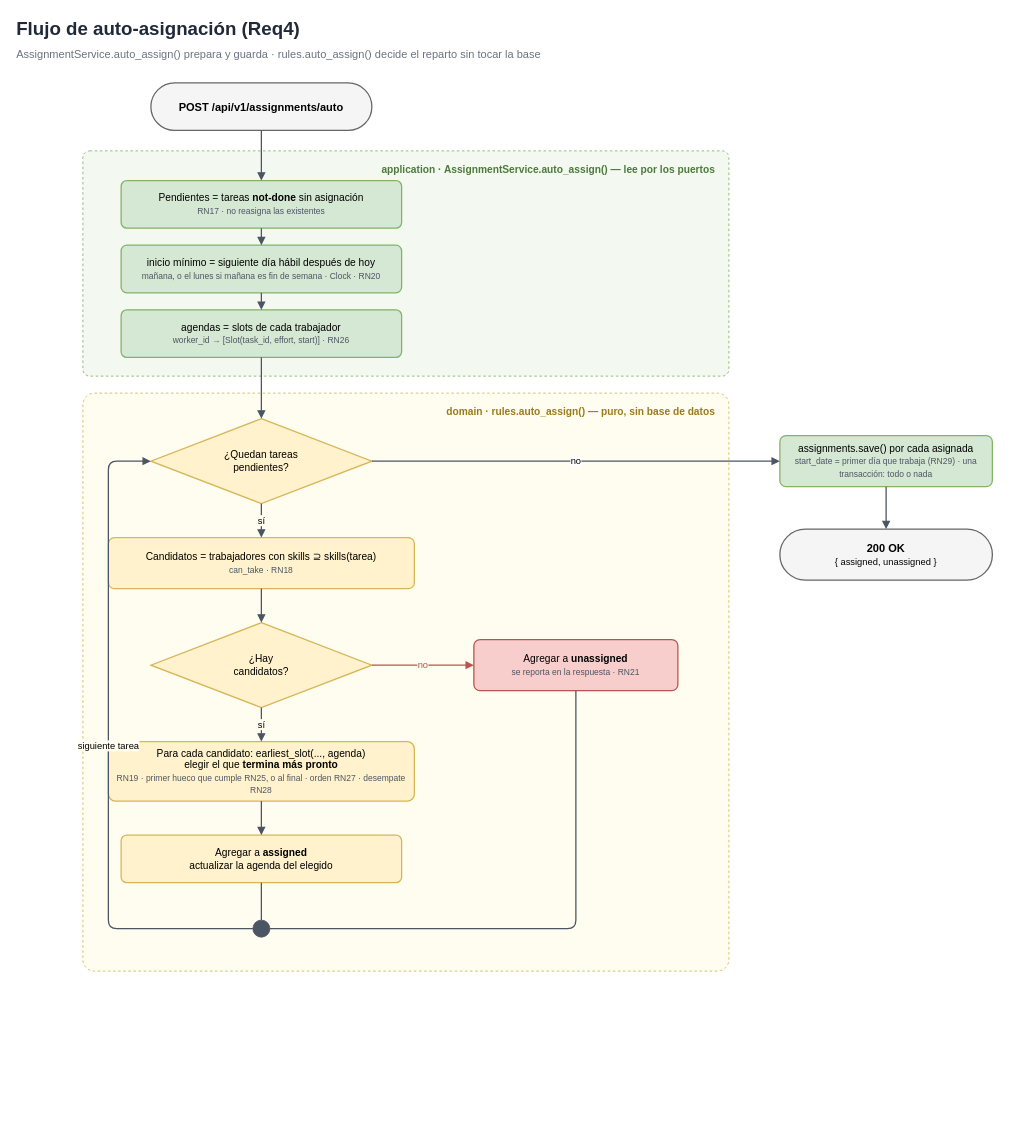
Before: images/diagramas/05-auto-asignacion.drawio in hisandan/TaskWorkers, a draw.io diagram. Source tidied: cells renumbered, new cells numbered last; positions are measured from the earlier drawing's top-left corner, leaving out a move shared by most shapes. Both pictures are drawn from the tidied source at 85%, with x=0, y=0 at pixel (14, 14).
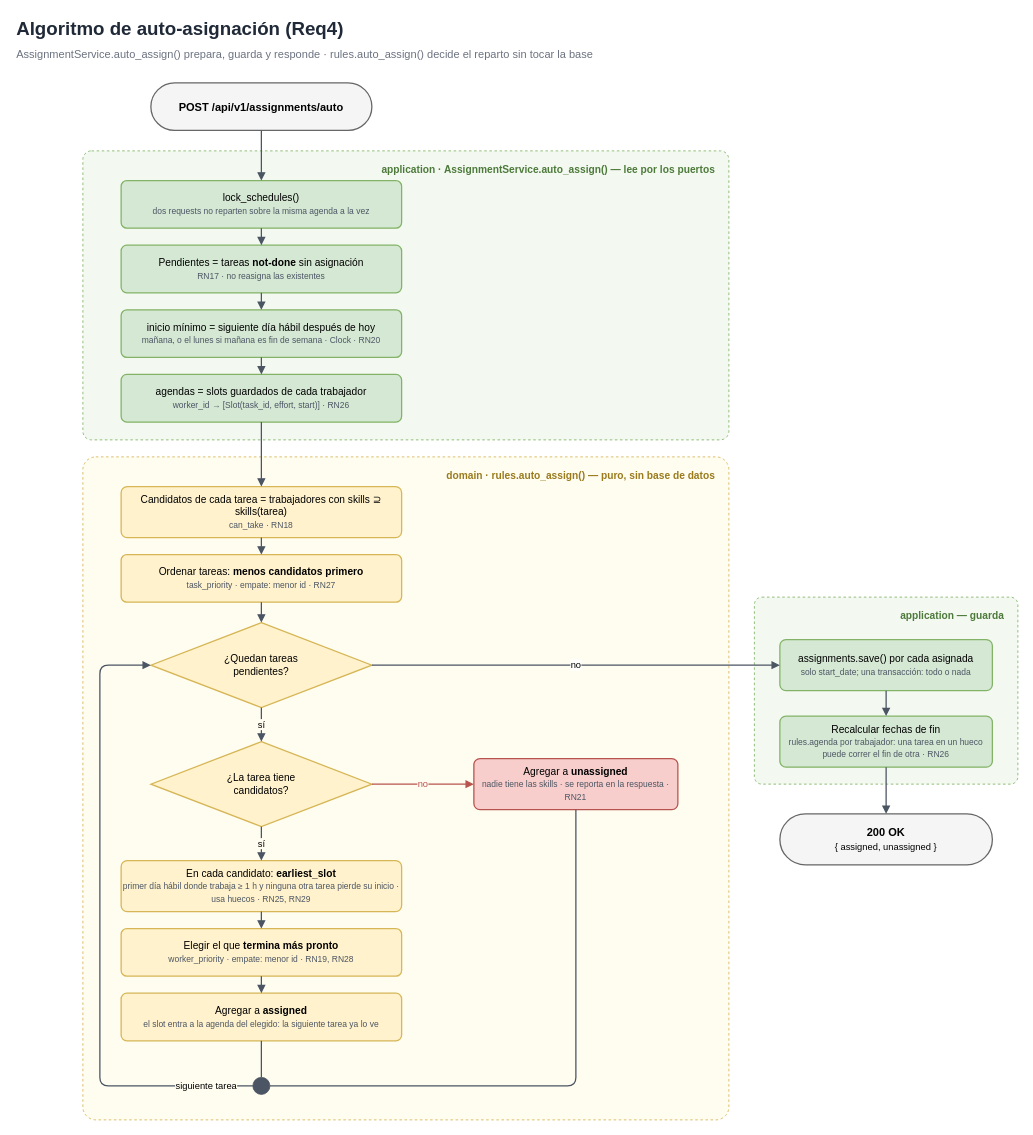
After the change.

The change refers to these unchanged cells:
```xml
<mxCell id="6" value="&lt;b&gt;POST /api/v1/assignments/auto&lt;/b&gt;" style="rounded=1;arcSize=50;whiteSpace=wrap;html=1;fillColor=#f5f5f5;strokeColor=#666666;fontSize=13;strokeWidth=1.5;" parent="1" vertex="1">
  <mxGeometry x="160" y="80" width="260" height="56" as="geometry" />
</mxCell>
```

Diff of the diagram source:
```diff
@@
-    <mxCell id="2" value="Flujo de auto-asignación (Req4)" style="text;html=1;align=left;verticalAlign=middle;fontSize=22;fontStyle=1;fontColor=#1f2937;whiteSpace=wrap;" parent="1" vertex="1">
+    <mxCell id="2" value="Algoritmo de auto-asignación (Req4)" style="text;html=1;align=left;verticalAlign=middle;fontSize=22;fontStyle=1;fontColor=#1f2937;whiteSpace=wrap;" parent="1" vertex="1">
       <mxGeometry width="900" height="34" as="geometry" />
     </mxCell>
-    <mxCell id="3" value="AssignmentService.auto_assign() prepara y guarda · rules.auto_assign() decide el reparto sin tocar la base" style="text;html=1;align=left;verticalAlign=middle;fontSize=13;fontColor=#6b7280;whiteSpace=wrap;" parent="1" vertex="1">
+    <mxCell id="3" value="AssignmentService.auto_assign() prepara, guarda y responde · rules.auto_assign() decide el reparto sin tocar la base" style="text;html=1;align=left;verticalAlign=middle;fontSize=13;fontColor=#6b7280;whiteSpace=wrap;" parent="1" vertex="1">
       <mxGeometry y="34" width="1100" height="24" as="geometry" />
     </mxCell>
     <mxCell id="4" value="application · AssignmentService.auto_assign() — lee por los puertos" style="rounded=1;arcSize=3;whiteSpace=wrap;html=1;dashed=1;fillColor=#f3f9f1;strokeColor=#82b366;verticalAlign=top;align=right;spacingRight=14;spacingTop=8;fontStyle=1;fontSize=12;fontColor=#4d7a3a;" parent="1" vertex="1">
-      <mxGeometry x="80" y="160" width="760" height="265" as="geometry" />
+      <mxGeometry x="80" y="160" width="760" height="340" as="geometry" />
     </mxCell>
     <mxCell id="5" value="domain · rules.auto_assign() — puro, sin base de datos" style="rounded=1;arcSize=2;whiteSpace=wrap;html=1;dashed=1;fillColor=#fffcf0;strokeColor=#d6b656;verticalAlign=top;align=right;spacingRight=14;spacingTop=8;fontStyle=1;fontSize=12;fontColor=#9a7b1c;" parent="1" vertex="1">
-      <mxGeometry x="80" y="445" width="760" height="680" as="geometry" />
+      <mxGeometry x="80" y="520" width="760" height="780" as="geometry" />
     </mxCell>
+    <mxCell id="33" value="application — guarda" style="rounded=1;arcSize=4;whiteSpace=wrap;html=1;dashed=1;fillColor=#f3f9f1;strokeColor=#82b366;verticalAlign=top;align=right;spacingRight=14;spacingTop=8;fontStyle=1;fontSize=12;fontColor=#4d7a3a;" parent="1" vertex="1">
+      <mxGeometry x="870" y="685" width="310" height="220" as="geometry" />
+    </mxCell>
@@
+    <mxCell id="34" value="lock_schedules()&lt;br&gt;&lt;span style='font-size:10px;color:#4b5563'&gt;dos requests no reparten sobre la misma agenda a la vez&lt;/span&gt;" style="rounded=1;whiteSpace=wrap;html=1;fillColor=#d5e8d4;strokeColor=#82b366;fontSize=12;arcSize=12;strokeWidth=1.5;" parent="1" vertex="1">
+      <mxGeometry x="125" y="195" width="330" height="56" as="geometry" />
+    </mxCell>
     <mxCell id="7" value="Pendientes = tareas &lt;b&gt;not-done&lt;/b&gt; sin asignación&lt;br&gt;&lt;span style='font-size:10px;color:#4b5563'&gt;RN17 · no reasigna las existentes&lt;/span&gt;" style="rounded=1;whiteSpace=wrap;html=1;fillColor=#d5e8d4;strokeColor=#82b366;fontSize=12;arcSize=12;strokeWidth=1.5;" parent="1" vertex="1">
-      <mxGeometry x="125" y="195" width="330" height="56" as="geometry" />
+      <mxGeometry x="125" y="271" width="330" height="56" as="geometry" />
     </mxCell>
     <mxCell id="8" value="inicio mínimo = siguiente día hábil después de hoy&lt;br&gt;&lt;span style='font-size:10px;color:#4b5563'&gt;mañana, o el lunes si mañana es fin de semana · Clock · RN20&lt;/span&gt;" style="rounded=1;whiteSpace=wrap;html=1;fillColor=#d5e8d4;strokeColor=#82b366;fontSize=12;arcSize=12;strokeWidth=1.5;" parent="1" vertex="1">
-      <mxGeometry x="125" y="271" width="330" height="56" as="geometry" />
+      <mxGeometry x="125" y="347" width="330" height="56" as="geometry" />
     </mxCell>
-    <mxCell id="9" value="agendas = slots de cada trabajador&lt;br&gt;&lt;span style='font-size:10px;color:#4b5563'&gt;worker_id → [Slot(task_id, effort, start)] · RN26&lt;/span&gt;" style="rounded=1;whiteSpace=wrap;html=1;fillColor=#d5e8d4;strokeColor=#82b366;fontSize=12;arcSize=12;strokeWidth=1.5;" parent="1" vertex="1">
-      <mxGeometry x="125" y="347" width="330" height="56" as="geometry" />
+    <mxCell id="9" value="agendas = slots guardados de cada trabajador&lt;br&gt;&lt;span style='font-size:10px;color:#4b5563'&gt;worker_id → [Slot(task_id, effort, start)] · RN26&lt;/span&gt;" style="rounded=1;whiteSpace=wrap;html=1;fillColor=#d5e8d4;strokeColor=#82b366;fontSize=12;arcSize=12;strokeWidth=1.5;" parent="1" vertex="1">
+      <mxGeometry x="125" y="423" width="330" height="56" as="geometry" />
     </mxCell>
+    <mxCell id="11" value="Candidatos de cada tarea = trabajadores con skills ⊇ skills(tarea)&lt;br&gt;&lt;span style='font-size:10px;color:#4b5563'&gt;can_take · RN18&lt;/span&gt;" style="rounded=1;whiteSpace=wrap;html=1;fillColor=#fff2cc;strokeColor=#d6b656;fontSize=12;arcSize=12;strokeWidth=1.5;" parent="1" vertex="1">
+      <mxGeometry x="125" y="555" width="330" height="60" as="geometry" />
+    </mxCell>
+    <mxCell id="35" value="Ordenar tareas: &lt;b&gt;menos candidatos primero&lt;/b&gt;&lt;br&gt;&lt;span style='font-size:10px;color:#4b5563'&gt;task_priority · empate: menor id · RN27&lt;/span&gt;" style="rounded=1;whiteSpace=wrap;html=1;fillColor=#fff2cc;strokeColor=#d6b656;fontSize=12;arcSize=12;strokeWidth=1.5;" parent="1" vertex="1">
+      <mxGeometry x="125" y="635" width="330" height="56" as="geometry" />
+    </mxCell>
     <mxCell id="10" value="¿Quedan tareas&lt;br&gt;pendientes?" style="rhombus;whiteSpace=wrap;html=1;fillColor=#fff2cc;strokeColor=#d6b656;fontSize=12;strokeWidth=1.5;" parent="1" vertex="1">
-      <mxGeometry x="160" y="475" width="260" height="100" as="geometry" />
+      <mxGeometry x="160" y="715" width="260" height="100" as="geometry" />
     </mxCell>
-    <mxCell id="11" value="Candidatos = trabajadores con skills ⊇ skills(tarea)&lt;br&gt;&lt;span style='font-size:10px;color:#4b5563'&gt;can_take · RN18&lt;/span&gt;" style="rounded=1;whiteSpace=wrap;html=1;fillColor=#fff2cc;strokeColor=#d6b656;fontSize=12;arcSize=12;strokeWidth=1.5;" parent="1" vertex="1">
-      <mxGeometry x="110" y="615" width="360" height="60" as="geometry" />
-    </mxCell>
-    <mxCell id="12" value="¿Hay&lt;br&gt;candidatos?" style="rhombus;whiteSpace=wrap;html=1;fillColor=#fff2cc;strokeColor=#d6b656;fontSize=12;strokeWidth=1.5;" parent="1" vertex="1">
-      <mxGeometry x="160" y="715" width="260" height="100" as="geometry" />
+    <mxCell id="12" value="¿La tarea tiene&lt;br&gt;candidatos?" style="rhombus;whiteSpace=wrap;html=1;fillColor=#fff2cc;strokeColor=#d6b656;fontSize=12;strokeWidth=1.5;" parent="1" vertex="1">
+      <mxGeometry x="160" y="855" width="260" height="100" as="geometry" />
     </mxCell>
+    <mxCell id="36" value="En cada candidato: &lt;b&gt;earliest_slot&lt;/b&gt;&lt;br&gt;&lt;span style='font-size:10px;color:#4b5563'&gt;primer día hábil donde trabaja ≥ 1 h y ninguna otra tarea pierde su inicio · usa huecos · RN25, RN29&lt;/span&gt;" style="rounded=1;whiteSpace=wrap;html=1;fillColor=#fff2cc;strokeColor=#d6b656;fontSize=12;arcSize=12;strokeWidth=1.5;" parent="1" vertex="1">
+      <mxGeometry x="125" y="995" width="330" height="60" as="geometry" />
+    </mxCell>
-    <mxCell id="13" value="Para cada candidato: earliest_slot(..., agenda)&lt;br&gt;elegir el que &lt;b&gt;termina más pronto&lt;/b&gt;&lt;br&gt;&lt;span style='font-size:10px;color:#4b5563'&gt;RN19 · primer hueco que cumple RN25, o al final · orden RN27 · desempate RN28&lt;/span&gt;" style="rounded=1;whiteSpace=wrap;html=1;fillColor=#fff2cc;strokeColor=#d6b656;fontSize=12;arcSize=12;strokeWidth=1.5;" parent="1" vertex="1">
-      <mxGeometry x="110" y="855" width="360" height="70" as="geometry" />
+    <mxCell id="13" value="Elegir el que &lt;b&gt;termina más pronto&lt;/b&gt;&lt;br&gt;&lt;span style='font-size:10px;color:#4b5563'&gt;worker_priority · empate: menor id · RN19, RN28&lt;/span&gt;" style="rounded=1;whiteSpace=wrap;html=1;fillColor=#fff2cc;strokeColor=#d6b656;fontSize=12;arcSize=12;strokeWidth=1.5;" parent="1" vertex="1">
+      <mxGeometry x="125" y="1075" width="330" height="56" as="geometry" />
     </mxCell>
-    <mxCell id="14" value="Agregar a &lt;b&gt;assigned&lt;/b&gt;&lt;br&gt;actualizar la agenda del elegido" style="rounded=1;whiteSpace=wrap;html=1;fillColor=#fff2cc;strokeColor=#d6b656;fontSize=12;arcSize=12;strokeWidth=1.5;" parent="1" vertex="1">
-      <mxGeometry x="125" y="965" width="330" height="56" as="geometry" />
+    <mxCell id="14" value="Agregar a &lt;b&gt;assigned&lt;/b&gt;&lt;br&gt;&lt;span style='font-size:10px;color:#4b5563'&gt;el slot entra a la agenda del elegido: la siguiente tarea ya lo ve&lt;/span&gt;" style="rounded=1;whiteSpace=wrap;html=1;fillColor=#fff2cc;strokeColor=#d6b656;fontSize=12;arcSize=12;strokeWidth=1.5;" parent="1" vertex="1">
+      <mxGeometry x="125" y="1151" width="330" height="56" as="geometry" />
     </mxCell>
     <mxCell id="15" style="ellipse;whiteSpace=wrap;html=1;fillColor=#4b5563;strokeColor=#4b5563;" parent="1" vertex="1">
-      <mxGeometry x="280" y="1065" width="20" height="20" as="geometry" />
+      <mxGeometry x="280" y="1250" width="20" height="20" as="geometry" />
     </mxCell>
-    <mxCell id="16" value="Agregar a &lt;b&gt;unassigned&lt;/b&gt;&lt;br&gt;&lt;span style='font-size:10px;color:#4b5563'&gt;se reporta en la respuesta · RN21&lt;/span&gt;" style="rounded=1;whiteSpace=wrap;html=1;fillColor=#f8cecc;strokeColor=#b85450;fontSize=12;arcSize=12;strokeWidth=1.5;" parent="1" vertex="1">
-      <mxGeometry x="540" y="735" width="240" height="60" as="geometry" />
+    <mxCell id="16" value="Agregar a &lt;b&gt;unassigned&lt;/b&gt;&lt;br&gt;&lt;span style='font-size:10px;color:#4b5563'&gt;nadie tiene las skills · se reporta en la respuesta · RN21&lt;/span&gt;" style="rounded=1;whiteSpace=wrap;html=1;fillColor=#f8cecc;strokeColor=#b85450;fontSize=12;arcSize=12;strokeWidth=1.5;" parent="1" vertex="1">
+      <mxGeometry x="540" y="875" width="240" height="60" as="geometry" />
     </mxCell>
-    <mxCell id="17" value="assignments.save() por cada asignada&lt;br&gt;&lt;span style='font-size:10px;color:#4b5563'&gt;start_date = primer día que trabaja (RN29) · una transacción: todo o nada&lt;/span&gt;" style="rounded=1;whiteSpace=wrap;html=1;fillColor=#d5e8d4;strokeColor=#82b366;fontSize=12;arcSize=12;strokeWidth=1.5;" parent="1" vertex="1">
-      <mxGeometry x="900" y="495" width="250" height="60" as="geometry" />
+    <mxCell id="17" value="assignments.save() por cada asignada&lt;br&gt;&lt;span style='font-size:10px;color:#4b5563'&gt;solo start_date; una transacción: todo o nada&lt;/span&gt;" style="rounded=1;whiteSpace=wrap;html=1;fillColor=#d5e8d4;strokeColor=#82b366;fontSize=12;arcSize=12;strokeWidth=1.5;" parent="1" vertex="1">
+      <mxGeometry x="900" y="735" width="250" height="60" as="geometry" />
     </mxCell>
+    <mxCell id="37" value="Recalcular fechas de fin&lt;br&gt;&lt;span style='font-size:10px;color:#4b5563'&gt;rules.agenda por trabajador: una tarea en un hueco puede correr el fin de otra · RN26&lt;/span&gt;" style="rounded=1;whiteSpace=wrap;html=1;fillColor=#d5e8d4;strokeColor=#82b366;fontSize=12;arcSize=12;strokeWidth=1.5;" parent="1" vertex="1">
+      <mxGeometry x="900" y="825" width="250" height="60" as="geometry" />
+    </mxCell>
     <mxCell id="18" value="&lt;b&gt;200 OK&lt;/b&gt;&lt;br&gt;&lt;span style='font-size:11px'&gt;{ assigned, unassigned }&lt;/span&gt;" style="rounded=1;arcSize=50;whiteSpace=wrap;html=1;fillColor=#f5f5f5;strokeColor=#666666;fontSize=13;strokeWidth=1.5;" parent="1" vertex="1">
-      <mxGeometry x="900" y="605" width="250" height="60" as="geometry" />
+      <mxGeometry x="900" y="940" width="250" height="60" as="geometry" />
     </mxCell>
-    <mxCell id="19" style="html=1;endArrow=block;endFill=1;strokeWidth=1.5;strokeColor=#4b5563;" parent="1" edge="1" source="6" target="7">
+    <mxCell id="19" style="html=1;endArrow=block;endFill=1;strokeWidth=1.5;strokeColor=#4b5563;" parent="1" edge="1" source="6" target="34">
       <mxGeometry relative="1" as="geometry" />
     </mxCell>
+    <mxCell id="38" style="html=1;endArrow=block;endFill=1;strokeWidth=1.5;strokeColor=#4b5563;" parent="1" edge="1" source="34" target="7">
+      <mxGeometry relative="1" as="geometry" />
+    </mxCell>
@@
-    <mxCell id="22" style="html=1;endArrow=block;endFill=1;strokeWidth=1.5;strokeColor=#4b5563;" parent="1" edge="1" source="9" target="10">
+    <mxCell id="22" style="html=1;endArrow=block;endFill=1;strokeWidth=1.5;strokeColor=#4b5563;" parent="1" edge="1" source="9" target="11">
       <mxGeometry relative="1" as="geometry" />
     </mxCell>
+    <mxCell id="39" style="html=1;endArrow=block;endFill=1;strokeWidth=1.5;strokeColor=#4b5563;" parent="1" edge="1" source="11" target="35">
+      <mxGeometry relative="1" as="geometry" />
+    </mxCell>
+    <mxCell id="40" style="html=1;endArrow=block;endFill=1;strokeWidth=1.5;strokeColor=#4b5563;" parent="1" edge="1" source="35" target="10">
+      <mxGeometry relative="1" as="geometry" />
+    </mxCell>
-    <mxCell id="23" value="sí" style="html=1;endArrow=block;endFill=1;strokeWidth=1.5;strokeColor=#4b5563;fontSize=11;labelBackgroundColor=#fffcf0;" parent="1" edge="1" source="10" target="11">
+    <mxCell id="23" value="sí" style="html=1;endArrow=block;endFill=1;strokeWidth=1.5;strokeColor=#4b5563;fontSize=11;labelBackgroundColor=#fffcf0;" parent="1" edge="1" source="10" target="12">
       <mxGeometry relative="1" as="geometry" />
     </mxCell>
@@
-    <mxCell id="25" style="html=1;endArrow=block;endFill=1;strokeWidth=1.5;strokeColor=#4b5563;" parent="1" edge="1" source="17" target="18">
+    <mxCell id="25" style="html=1;endArrow=block;endFill=1;strokeWidth=1.5;strokeColor=#4b5563;" parent="1" edge="1" source="17" target="37">
       <mxGeometry relative="1" as="geometry" />
     </mxCell>
-    <mxCell id="26" style="html=1;endArrow=block;endFill=1;strokeWidth=1.5;strokeColor=#4b5563;" parent="1" edge="1" source="11" target="12">
-      <mxGeometry relative="1" as="geometry" />
-    </mxCell>
+    <mxCell id="41" style="html=1;endArrow=block;endFill=1;strokeWidth=1.5;strokeColor=#4b5563;" parent="1" edge="1" source="37" target="18">
+      <mxGeometry relative="1" as="geometry" />
+    </mxCell>
-    <mxCell id="27" value="sí" style="html=1;endArrow=block;endFill=1;strokeWidth=1.5;strokeColor=#4b5563;fontSize=11;labelBackgroundColor=#fffcf0;" parent="1" edge="1" source="12" target="13">
+    <mxCell id="27" value="sí" style="html=1;endArrow=block;endFill=1;strokeWidth=1.5;strokeColor=#4b5563;fontSize=11;labelBackgroundColor=#fffcf0;" parent="1" edge="1" source="12" target="36">
       <mxGeometry relative="1" as="geometry" />
     </mxCell>
@@
-    <mxCell id="29" style="html=1;endArrow=block;endFill=1;strokeWidth=1.5;strokeColor=#4b5563;" parent="1" edge="1" source="13" target="14">
+    <mxCell id="29" style="html=1;endArrow=block;endFill=1;strokeWidth=1.5;strokeColor=#4b5563;" parent="1" edge="1" source="36" target="13">
       <mxGeometry relative="1" as="geometry" />
     </mxCell>
+    <mxCell id="42" style="html=1;endArrow=block;endFill=1;strokeWidth=1.5;strokeColor=#4b5563;" parent="1" edge="1" source="13" target="14">
+      <mxGeometry relative="1" as="geometry" />
+    </mxCell>
@@
     <mxCell id="32" value="siguiente tarea" style="edgeStyle=orthogonalEdgeStyle;html=1;endArrow=block;endFill=1;strokeWidth=1.5;strokeColor=#4b5563;fontSize=11;labelBackgroundColor=#fffcf0;exitX=0;exitY=0.5;entryX=0;entryY=0.5;" parent="1" edge="1" source="15" target="10">
-      <mxGeometry relative="1" as="geometry">
+      <mxGeometry x="-0.85" relative="1" as="geometry">
         <Array as="points">
-          <mxPoint x="110" y="1075" />
-          <mxPoint x="110" y="525" />
+          <mxPoint x="100" y="1260" />
+          <mxPoint x="100" y="765" />
         </Array>
       </mxGeometry>
     </mxCell>
```
